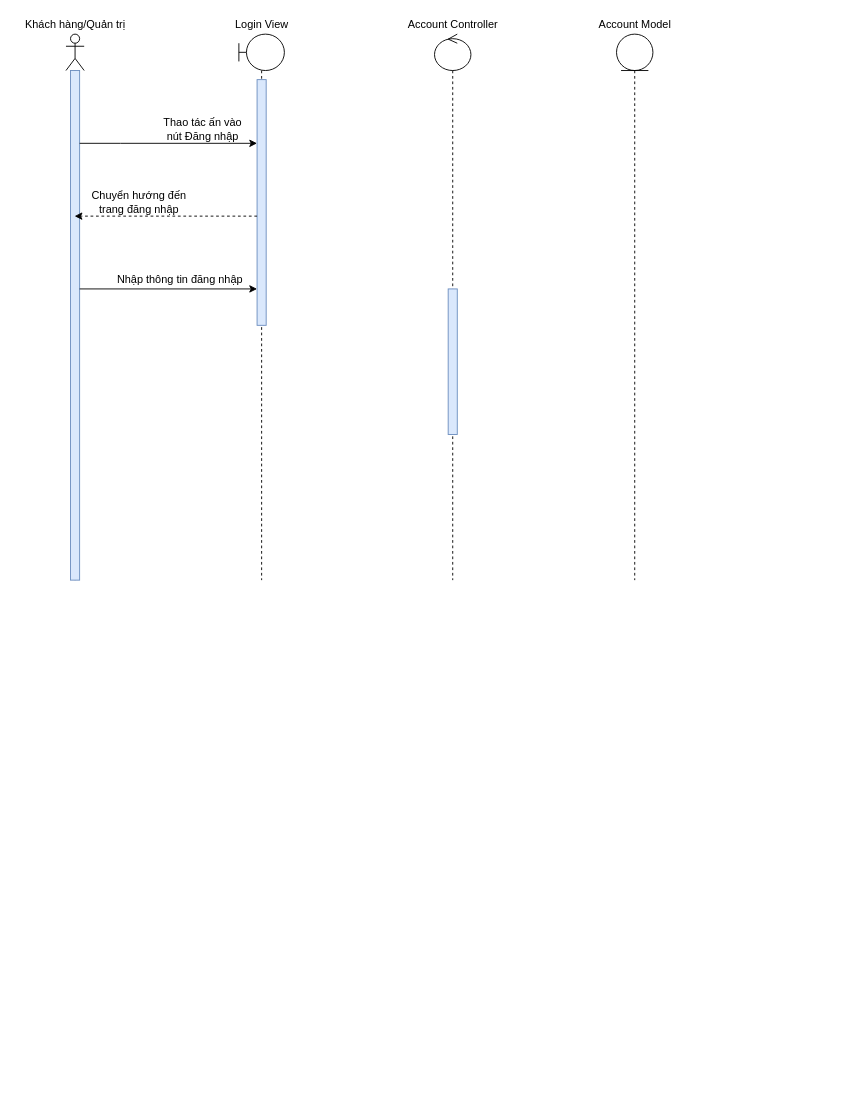
Earlier version of the draw.io diagram Nam3_HK1/CNPM_SoftTech/Sequence Diagrams/Nguyên Lộc/SD_ĐăngNhập.drawio (EdgarIgnite16/SGU-Course). Source tidied: cells renumbered, new cells numbered last; positions are measured from the earlier drawing's top-left corner, leaving out a move shared by most shapes. Both pictures are drawn from the tidied source at 91%, with x=0, y=0 at pixel (15, 15).
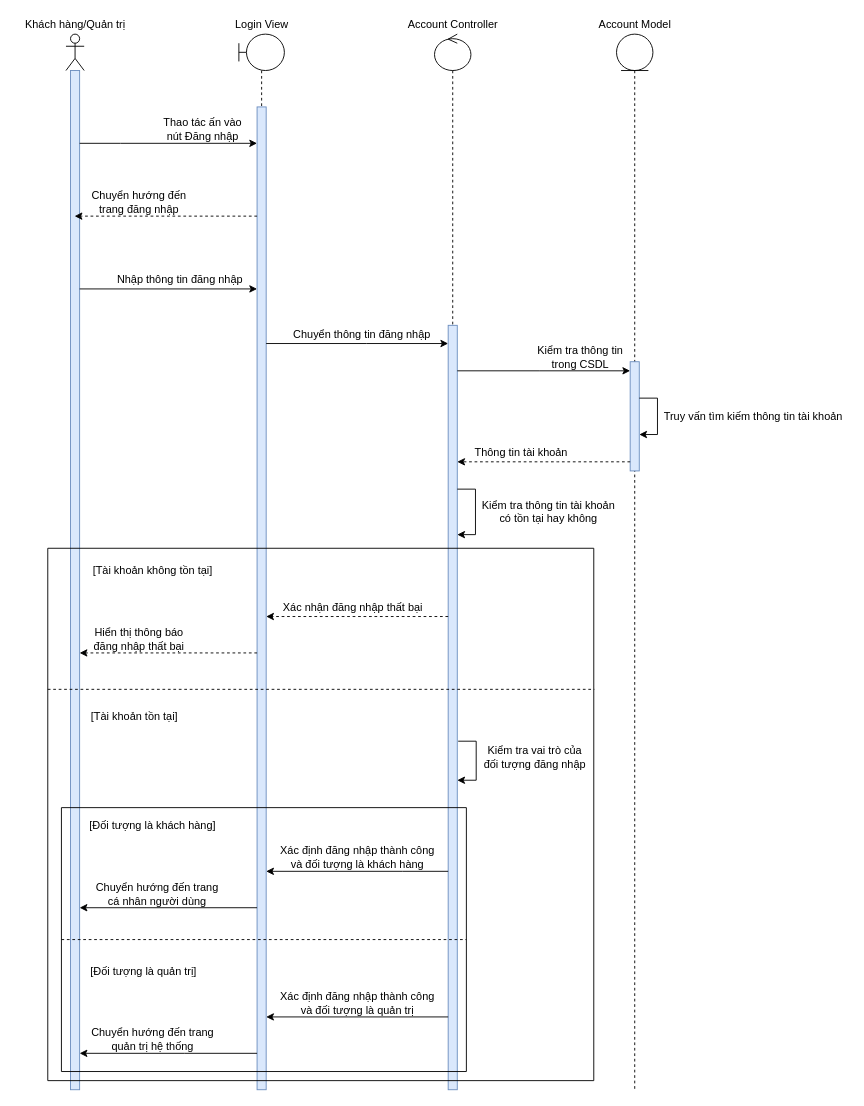
After the change.

What changed in the source:
```diff
@@
     <mxCell id="2" style="shape=umlLifeline;participant=umlActor;perimeter=lifelinePerimeter;whiteSpace=wrap;html=1;verticalAlign=top;spacingTop=36;outlineConnect=0;" parent="1" vertex="1">
-      <mxGeometry x="55" y="20" width="20" height="600" as="geometry" />
+      <mxGeometry x="55" y="20" width="20" height="1160" as="geometry" />
     </mxCell>
     <mxCell id="3" style="html=1;points=[];perimeter=orthogonalPerimeter;fillColor=#dae8fc;strokeColor=#6c8ebf;" parent="2" vertex="1">
-      <mxGeometry x="5" y="40" width="10" height="560" as="geometry" />
+      <mxGeometry x="5" y="40" width="10" height="1120" as="geometry" />
     </mxCell>
@@
     <mxCell id="5" style="shape=umlLifeline;participant=umlBoundary;perimeter=lifelinePerimeter;whiteSpace=wrap;html=1;verticalAlign=top;spacingTop=36;" parent="1" vertex="1">
-      <mxGeometry x="245" y="20" width="50" height="600" as="geometry" />
+      <mxGeometry x="245" y="20" width="50" height="1160" as="geometry" />
     </mxCell>
     <mxCell id="6" style="html=1;points=[];perimeter=orthogonalPerimeter;fillColor=#dae8fc;strokeColor=#6c8ebf;" parent="5" vertex="1">
-      <mxGeometry x="20" y="50" width="10" height="270" as="geometry" />
+      <mxGeometry x="20" y="80" width="10" height="1080" as="geometry" />
     </mxCell>
     <mxCell id="7" style="shape=umlLifeline;participant=umlControl;perimeter=lifelinePerimeter;whiteSpace=wrap;html=1;verticalAlign=top;spacingTop=36;" parent="1" vertex="1">
-      <mxGeometry x="460" y="20" width="40" height="600" as="geometry" />
+      <mxGeometry x="460" y="20" width="40" height="1160" as="geometry" />
     </mxCell>
     <mxCell id="8" style="html=1;points=[];perimeter=orthogonalPerimeter;fillColor=#dae8fc;strokeColor=#6c8ebf;" parent="7" vertex="1">
-      <mxGeometry x="15" y="280" width="10" height="160" as="geometry" />
+      <mxGeometry x="15" y="320" width="10" height="840" as="geometry" />
     </mxCell>
+    <mxCell id="19" style="edgeStyle=orthogonalEdgeStyle;rounded=0;orthogonalLoop=1;jettySize=auto;html=1;" parent="7" edge="1">
+      <mxGeometry relative="1" as="geometry">
+        <mxPoint x="25" y="500" as="sourcePoint" />
+        <mxPoint x="25" y="550" as="targetPoint" />
+        <Array as="points">
+          <mxPoint x="25" y="500" />
+          <mxPoint x="45" y="500" />
+          <mxPoint x="45" y="550" />
+        </Array>
+      </mxGeometry>
+    </mxCell>
+    <mxCell id="20" style="edgeStyle=orthogonalEdgeStyle;rounded=0;orthogonalLoop=1;jettySize=auto;html=1;exitX=1.022;exitY=0.293;exitDx=0;exitDy=0;exitPerimeter=0;entryX=0.919;entryY=0.356;entryDx=0;entryDy=0;entryPerimeter=0;" parent="7" edge="1">
+      <mxGeometry relative="1" as="geometry">
+        <mxPoint x="26" y="777" as="sourcePoint" />
+        <mxPoint x="25" y="819.9" as="targetPoint" />
+        <Array as="points">
+          <mxPoint x="45.8" y="776.8" />
+          <mxPoint x="45.8" y="819.8" />
+        </Array>
+      </mxGeometry>
+    </mxCell>
@@
     <mxCell id="11" style="shape=umlLifeline;participant=umlEntity;perimeter=lifelinePerimeter;whiteSpace=wrap;html=1;verticalAlign=top;spacingTop=36;" parent="1" vertex="1">
-      <mxGeometry x="660" y="20" width="40" height="600" as="geometry" />
+      <mxGeometry x="660" y="20" width="40" height="1160" as="geometry" />
     </mxCell>
+    <mxCell id="21" style="html=1;points=[];perimeter=orthogonalPerimeter;fillColor=#dae8fc;strokeColor=#6c8ebf;" parent="11" vertex="1">
+      <mxGeometry x="15" y="360" width="10" height="120" as="geometry" />
+    </mxCell>
+    <mxCell id="22" style="edgeStyle=orthogonalEdgeStyle;rounded=0;orthogonalLoop=1;jettySize=auto;html=1;" parent="11" edge="1" source="21" target="21">
+      <mxGeometry relative="1" as="geometry">
+        <Array as="points">
+          <mxPoint x="45" y="440" />
+        </Array>
+      </mxGeometry>
+    </mxCell>
@@
+    <mxCell id="23" style="edgeStyle=orthogonalEdgeStyle;rounded=0;jettySize=auto;html=1;" parent="1" edge="1" source="6" target="8">
+      <mxGeometry relative="1" as="geometry">
+        <Array as="points">
+          <mxPoint x="385" y="360" />
+          <mxPoint x="385" y="360" />
+        </Array>
+      </mxGeometry>
+    </mxCell>
+    <mxCell id="24" value="Chuyển thông tin đăng nhập" style="text;html=1;align=center;verticalAlign=middle;strokeColor=none;fillColor=none;" parent="1" vertex="1">
+      <mxGeometry x="295" y="340" width="170" height="20" as="geometry" />
+    </mxCell>
+    <mxCell id="25" style="edgeStyle=orthogonalEdgeStyle;rounded=0;jettySize=auto;html=1;" parent="1" edge="1" source="8" target="21">
+      <mxGeometry relative="1" as="geometry">
+        <Array as="points">
+          <mxPoint x="575" y="390" />
+          <mxPoint x="575" y="390" />
+        </Array>
+      </mxGeometry>
+    </mxCell>
+    <mxCell id="26" value="Kiểm tra thông tin&lt;br&gt;trong CSDL" style="text;html=1;align=center;verticalAlign=middle;strokeColor=none;fillColor=none;" parent="1" vertex="1">
+      <mxGeometry x="565" y="360" width="110" height="30" as="geometry" />
+    </mxCell>
+    <mxCell id="27" value="Truy vấn tìm kiếm thông tin tài khoản" style="text;html=1;align=center;verticalAlign=middle;strokeColor=none;fillColor=none;" parent="1" vertex="1">
+      <mxGeometry x="705" y="430" width="210" height="20" as="geometry" />
+    </mxCell>
+    <mxCell id="28" style="edgeStyle=orthogonalEdgeStyle;rounded=0;jettySize=auto;html=1;dashed=1;" parent="1" edge="1" source="21" target="8">
+      <mxGeometry relative="1" as="geometry">
+        <Array as="points">
+          <mxPoint x="595" y="490" />
+          <mxPoint x="595" y="490" />
+        </Array>
+      </mxGeometry>
+    </mxCell>
+    <mxCell id="29" value="Thông tin tài khoản" style="text;html=1;align=center;verticalAlign=middle;strokeColor=none;fillColor=none;" parent="1" vertex="1">
+      <mxGeometry x="495" y="470" width="120" height="20" as="geometry" />
+    </mxCell>
+    <mxCell id="30" value="Kiểm tra thông tin tài khoản&lt;br&gt;có tồn tại hay không" style="text;html=1;align=center;verticalAlign=middle;strokeColor=none;fillColor=none;" parent="1" vertex="1">
+      <mxGeometry x="505" y="530" width="160" height="30" as="geometry" />
+    </mxCell>
+    <mxCell id="31" value="[Tài khoản không tồn tại]" style="text;html=1;align=center;verticalAlign=middle;strokeColor=none;fillColor=none;" parent="1" vertex="1">
+      <mxGeometry x="75" y="600" width="150" height="20" as="geometry" />
+    </mxCell>
+    <mxCell id="32" style="edgeStyle=orthogonalEdgeStyle;rounded=0;jettySize=auto;html=1;dashed=1;" parent="1" edge="1" source="8" target="6">
+      <mxGeometry relative="1" as="geometry">
+        <Array as="points">
+          <mxPoint x="375" y="660" />
+          <mxPoint x="375" y="660" />
+        </Array>
+      </mxGeometry>
+    </mxCell>
+    <mxCell id="33" value="Xác nhận đăng nhập thất bại" style="text;html=1;align=center;verticalAlign=middle;strokeColor=none;fillColor=none;" parent="1" vertex="1">
+      <mxGeometry x="285" y="640" width="170" height="20" as="geometry" />
+    </mxCell>
+    <mxCell id="34" style="edgeStyle=orthogonalEdgeStyle;rounded=0;jettySize=auto;html=1;dashed=1;" parent="1" edge="1" source="6" target="3">
+      <mxGeometry relative="1" as="geometry">
+        <Array as="points">
+          <mxPoint x="165" y="700" />
+          <mxPoint x="165" y="700" />
+        </Array>
+      </mxGeometry>
+    </mxCell>
+    <mxCell id="35" value="Hiển thị thông báo &lt;br&gt;đăng nhập thất bại" style="text;html=1;align=center;verticalAlign=middle;strokeColor=none;fillColor=none;" parent="1" vertex="1">
+      <mxGeometry x="80" y="670" width="110" height="30" as="geometry" />
+    </mxCell>
+    <mxCell id="36" value="[Tài khoản tồn tại]" style="text;html=1;align=center;verticalAlign=middle;strokeColor=none;fillColor=none;" parent="1" vertex="1">
+      <mxGeometry x="75" y="760" width="110" height="20" as="geometry" />
+    </mxCell>
+    <mxCell id="37" value="Kiểm tra vai trò của &lt;br&gt;đối tượng đăng nhập" style="text;html=1;align=center;verticalAlign=middle;strokeColor=none;fillColor=none;" parent="1" vertex="1">
+      <mxGeometry x="505" y="800" width="130" height="30" as="geometry" />
+    </mxCell>
+    <mxCell id="38" value="[Đối tượng là khách hàng]" style="text;html=1;align=center;verticalAlign=middle;strokeColor=none;fillColor=none;" parent="1" vertex="1">
+      <mxGeometry x="75" y="880" width="150" height="20" as="geometry" />
+    </mxCell>
+    <mxCell id="39" style="edgeStyle=orthogonalEdgeStyle;rounded=0;jettySize=auto;html=1;" parent="1" edge="1" source="8" target="6">
+      <mxGeometry relative="1" as="geometry">
+        <Array as="points">
+          <mxPoint x="425" y="940" />
+          <mxPoint x="425" y="940" />
+        </Array>
+      </mxGeometry>
+    </mxCell>
+    <mxCell id="40" value="Xác định đăng nhập thành công&lt;br&gt;và đối tượng là khách hàng" style="text;html=1;align=center;verticalAlign=middle;strokeColor=none;fillColor=none;" parent="1" vertex="1">
+      <mxGeometry x="285" y="910" width="180" height="30" as="geometry" />
+    </mxCell>
+    <mxCell id="41" style="edgeStyle=orthogonalEdgeStyle;rounded=0;jettySize=auto;html=1;" parent="1" edge="1" source="6" target="3">
+      <mxGeometry relative="1" as="geometry">
+        <Array as="points">
+          <mxPoint x="175" y="980" />
+          <mxPoint x="175" y="980" />
+        </Array>
+      </mxGeometry>
+    </mxCell>
+    <mxCell id="42" value="Chuyển hướng đến trang &lt;br&gt;cá nhân người dùng" style="text;html=1;align=center;verticalAlign=middle;strokeColor=none;fillColor=none;" parent="1" vertex="1">
+      <mxGeometry x="80" y="950" width="150" height="30" as="geometry" />
+    </mxCell>
+    <mxCell id="43" value="[Đối tượng là quản trị]" style="text;html=1;align=center;verticalAlign=middle;strokeColor=none;fillColor=none;" parent="1" vertex="1">
+      <mxGeometry x="75" y="1040" width="130" height="20" as="geometry" />
+    </mxCell>
+    <mxCell id="44" value="Xác định đăng nhập thành công&lt;br&gt;và đối tượng là quản trị" style="text;html=1;align=center;verticalAlign=middle;strokeColor=none;fillColor=none;" parent="1" vertex="1">
+      <mxGeometry x="285" y="1070" width="180" height="30" as="geometry" />
+    </mxCell>
+    <mxCell id="45" style="edgeStyle=orthogonalEdgeStyle;rounded=0;jettySize=auto;html=1;" parent="1" edge="1" source="8" target="6">
+      <mxGeometry relative="1" as="geometry">
+        <Array as="points">
+          <mxPoint x="365" y="1100" />
+          <mxPoint x="365" y="1100" />
+        </Array>
+      </mxGeometry>
+    </mxCell>
+    <mxCell id="46" style="edgeStyle=orthogonalEdgeStyle;rounded=0;jettySize=auto;html=1;" parent="1" edge="1" source="6" target="3">
+      <mxGeometry relative="1" as="geometry">
+        <Array as="points">
+          <mxPoint x="185" y="1140" />
+          <mxPoint x="185" y="1140" />
+        </Array>
+      </mxGeometry>
+    </mxCell>
+    <mxCell id="47" value="Chuyển hướng đến trang &lt;br&gt;quản trị hệ thống" style="text;html=1;align=center;verticalAlign=middle;strokeColor=none;fillColor=none;" parent="1" vertex="1">
+      <mxGeometry x="75" y="1110" width="150" height="30" as="geometry" />
+    </mxCell>
+    <mxCell id="48" style="swimlane;startSize=0;" parent="1" vertex="1">
+      <mxGeometry x="50" y="870" width="445" height="290" as="geometry" />
+    </mxCell>
+    <mxCell id="49" style="endArrow=none;dashed=1;html=1;rounded=0;exitX=0;exitY=0.5;exitDx=0;exitDy=0;entryX=1;entryY=0.5;entryDx=0;entryDy=0;" parent="1" edge="1" source="48" target="48">
+      <mxGeometry relative="1" as="geometry" />
+    </mxCell>
+    <mxCell id="50" style="swimlane;startSize=0;" parent="1" vertex="1">
+      <mxGeometry x="35" y="585" width="600" height="585" as="geometry" />
+    </mxCell>
+    <mxCell id="51" style="endArrow=none;dashed=1;html=1;rounded=0;exitX=0;exitY=0.265;exitDx=0;exitDy=0;exitPerimeter=0;entryX=1.001;entryY=0.265;entryDx=0;entryDy=0;entryPerimeter=0;" parent="1" edge="1" source="50" target="50">
+      <mxGeometry relative="1" as="geometry" />
+    </mxCell>
```
